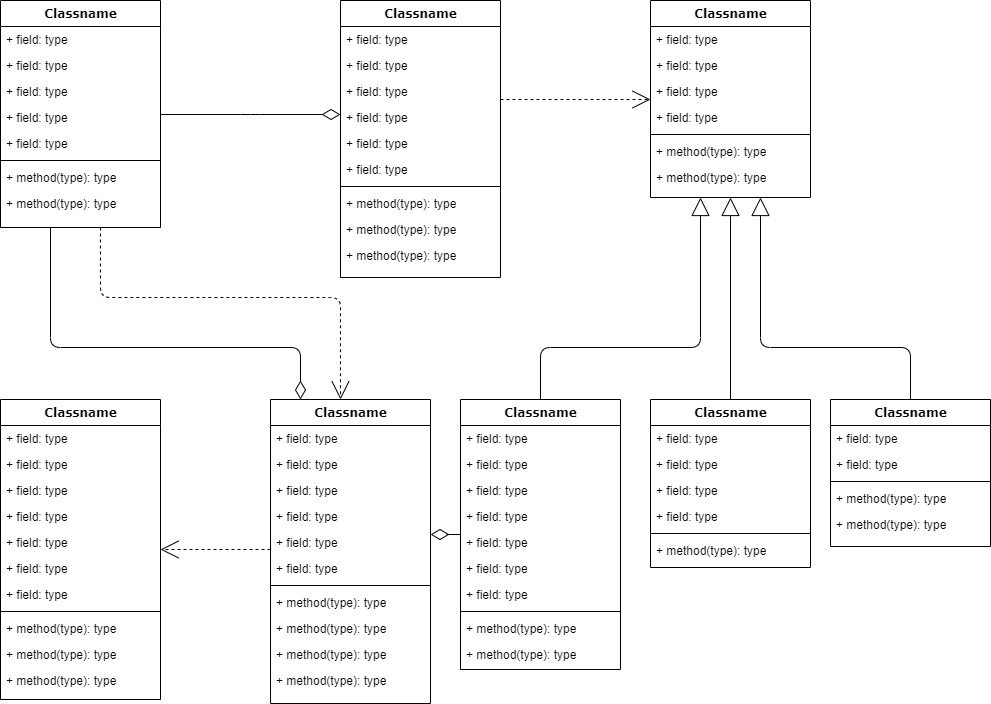
This is Document/Item/Item UML.png from newmri/Unknown, a draw.io export, as it was before one commit. Source tidied: cells renumbered, new cells last; positions are measured from the earlier drawing's top-left corner, leaving out a move shared by most shapes.
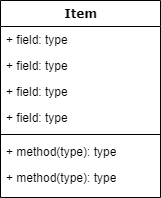
The same file after the commit.

The edit, as a diff of the source:
```diff
@@ -4,82 +4,3 @@
     <mxCell id="1" parent="0" />
-    <mxCell id="2" style="edgeStyle=orthogonalEdgeStyle;html=1;labelBackgroundColor=none;startFill=0;startSize=8;endArrow=open;endFill=0;endSize=16;fontFamily=Verdana;fontSize=12;dashed=1;" parent="1" edge="1" source="4" target="47">
-      <mxGeometry relative="1" as="geometry">
-        <Array as="points">
-          <mxPoint x="100" y="297" />
-          <mxPoint x="340" y="297" />
-        </Array>
-      </mxGeometry>
-    </mxCell>
-    <mxCell id="3" style="edgeStyle=orthogonalEdgeStyle;html=1;labelBackgroundColor=none;startFill=0;startSize=8;endArrow=diamondThin;endFill=0;endSize=16;fontFamily=Verdana;fontSize=12;" parent="1" edge="1" source="4" target="47">
-      <mxGeometry relative="1" as="geometry">
-        <Array as="points">
-          <mxPoint x="50" y="347" />
-          <mxPoint x="300" y="347" />
-        </Array>
-      </mxGeometry>
-    </mxCell>
-    <mxCell id="4" value="Classname" style="swimlane;html=1;fontStyle=1;align=center;verticalAlign=top;horizontal=1;startSize=26;swimlaneFillColor=#ffffff;rounded=0;shadow=0;comic=0;labelBackgroundColor=none;strokeWidth=1;fillColor=none;fontFamily=Verdana;fontSize=12;" parent="1" vertex="1">
-      <mxGeometry width="160" height="227" as="geometry" />
-    </mxCell>
-    <mxCell id="5" value="+ field: type" style="text;html=1;strokeColor=none;fillColor=none;align=left;verticalAlign=top;spacingLeft=4;spacingRight=4;whiteSpace=wrap;overflow=hidden;" parent="4" vertex="1">
-      <mxGeometry y="26" width="160" height="26" as="geometry" />
-    </mxCell>
-    <mxCell id="6" value="+ field: type" style="text;html=1;strokeColor=none;fillColor=none;align=left;verticalAlign=top;spacingLeft=4;spacingRight=4;whiteSpace=wrap;overflow=hidden;" parent="4" vertex="1">
-      <mxGeometry y="52" width="160" height="26" as="geometry" />
-    </mxCell>
-    <mxCell id="7" value="+ field: type" style="text;html=1;strokeColor=none;fillColor=none;align=left;verticalAlign=top;spacingLeft=4;spacingRight=4;whiteSpace=wrap;overflow=hidden;" parent="4" vertex="1">
-      <mxGeometry y="78" width="160" height="26" as="geometry" />
-    </mxCell>
-    <mxCell id="8" value="+ field: type" style="text;html=1;strokeColor=none;fillColor=none;align=left;verticalAlign=top;spacingLeft=4;spacingRight=4;whiteSpace=wrap;overflow=hidden;" parent="4" vertex="1">
-      <mxGeometry y="104" width="160" height="26" as="geometry" />
-    </mxCell>
-    <mxCell id="9" value="+ field: type" style="text;html=1;strokeColor=none;fillColor=none;align=left;verticalAlign=top;spacingLeft=4;spacingRight=4;whiteSpace=wrap;overflow=hidden;" parent="4" vertex="1">
-      <mxGeometry y="130" width="160" height="26" as="geometry" />
-    </mxCell>
-    <mxCell id="10" style="line;html=1;strokeWidth=1;fillColor=none;align=left;verticalAlign=middle;spacingTop=-1;spacingLeft=3;spacingRight=3;labelPosition=right;" parent="4" vertex="1">
-      <mxGeometry y="156" width="160" height="8" as="geometry" />
-    </mxCell>
-    <mxCell id="11" value="+ method(type): type" style="text;html=1;strokeColor=none;fillColor=none;align=left;verticalAlign=top;spacingLeft=4;spacingRight=4;whiteSpace=wrap;overflow=hidden;" parent="4" vertex="1">
-      <mxGeometry y="164" width="160" height="26" as="geometry" />
-    </mxCell>
-    <mxCell id="12" value="+ method(type): type" style="text;html=1;strokeColor=none;fillColor=none;align=left;verticalAlign=top;spacingLeft=4;spacingRight=4;whiteSpace=wrap;overflow=hidden;" parent="4" vertex="1">
-      <mxGeometry y="190" width="160" height="26" as="geometry" />
-    </mxCell>
-    <mxCell id="13" style="edgeStyle=elbowEdgeStyle;html=1;labelBackgroundColor=none;startFill=0;startSize=8;endArrow=open;endFill=0;endSize=16;fontFamily=Verdana;fontSize=12;elbow=vertical;dashed=1;" parent="1" edge="1" source="14" target="25">
-      <mxGeometry relative="1" as="geometry" />
-    </mxCell>
-    <mxCell id="14" value="Classname" style="swimlane;html=1;fontStyle=1;align=center;verticalAlign=top;horizontal=1;startSize=26;swimlaneFillColor=#ffffff;rounded=0;shadow=0;comic=0;labelBackgroundColor=none;strokeWidth=1;fillColor=none;fontFamily=Verdana;fontSize=12;" parent="1" vertex="1">
-      <mxGeometry x="340" width="160" height="277" as="geometry" />
-    </mxCell>
-    <mxCell id="15" value="+ field: type" style="text;html=1;strokeColor=none;fillColor=none;align=left;verticalAlign=top;spacingLeft=4;spacingRight=4;whiteSpace=wrap;overflow=hidden;" parent="14" vertex="1">
-      <mxGeometry y="26" width="160" height="26" as="geometry" />
-    </mxCell>
-    <mxCell id="16" value="+ field: type" style="text;html=1;strokeColor=none;fillColor=none;align=left;verticalAlign=top;spacingLeft=4;spacingRight=4;whiteSpace=wrap;overflow=hidden;" parent="14" vertex="1">
-      <mxGeometry y="52" width="160" height="26" as="geometry" />
-    </mxCell>
-    <mxCell id="17" value="+ field: type" style="text;html=1;strokeColor=none;fillColor=none;align=left;verticalAlign=top;spacingLeft=4;spacingRight=4;whiteSpace=wrap;overflow=hidden;" parent="14" vertex="1">
-      <mxGeometry y="78" width="160" height="26" as="geometry" />
-    </mxCell>
-    <mxCell id="18" value="+ field: type" style="text;html=1;strokeColor=none;fillColor=none;align=left;verticalAlign=top;spacingLeft=4;spacingRight=4;whiteSpace=wrap;overflow=hidden;" parent="14" vertex="1">
-      <mxGeometry y="104" width="160" height="26" as="geometry" />
-    </mxCell>
-    <mxCell id="19" value="+ field: type" style="text;html=1;strokeColor=none;fillColor=none;align=left;verticalAlign=top;spacingLeft=4;spacingRight=4;whiteSpace=wrap;overflow=hidden;" parent="14" vertex="1">
-      <mxGeometry y="130" width="160" height="26" as="geometry" />
-    </mxCell>
-    <mxCell id="20" value="+ field: type" style="text;html=1;strokeColor=none;fillColor=none;align=left;verticalAlign=top;spacingLeft=4;spacingRight=4;whiteSpace=wrap;overflow=hidden;" parent="14" vertex="1">
-      <mxGeometry y="156" width="160" height="26" as="geometry" />
-    </mxCell>
-    <mxCell id="21" style="line;html=1;strokeWidth=1;fillColor=none;align=left;verticalAlign=middle;spacingTop=-1;spacingLeft=3;spacingRight=3;labelPosition=right;" parent="14" vertex="1">
-      <mxGeometry y="182" width="160" height="8" as="geometry" />
-    </mxCell>
-    <mxCell id="22" value="+ method(type): type" style="text;html=1;strokeColor=none;fillColor=none;align=left;verticalAlign=top;spacingLeft=4;spacingRight=4;whiteSpace=wrap;overflow=hidden;" parent="14" vertex="1">
-      <mxGeometry y="190" width="160" height="26" as="geometry" />
-    </mxCell>
-    <mxCell id="23" value="+ method(type): type" style="text;html=1;strokeColor=none;fillColor=none;align=left;verticalAlign=top;spacingLeft=4;spacingRight=4;whiteSpace=wrap;overflow=hidden;" parent="14" vertex="1">
-      <mxGeometry y="216" width="160" height="26" as="geometry" />
-    </mxCell>
-    <mxCell id="24" value="+ method(type): type" style="text;html=1;strokeColor=none;fillColor=none;align=left;verticalAlign=top;spacingLeft=4;spacingRight=4;whiteSpace=wrap;overflow=hidden;" parent="14" vertex="1">
-      <mxGeometry y="242" width="160" height="26" as="geometry" />
-    </mxCell>
-    <mxCell id="25" value="Classname" style="swimlane;html=1;fontStyle=1;align=center;verticalAlign=top;horizontal=1;startSize=26;swimlaneFillColor=#ffffff;rounded=0;shadow=0;comic=0;labelBackgroundColor=none;strokeWidth=1;fillColor=none;fontFamily=Verdana;fontSize=12;" parent="1" vertex="1">
+    <mxCell id="25" value="Item" style="swimlane;html=1;fontStyle=1;align=center;verticalAlign=top;horizontal=1;startSize=26;swimlaneFillColor=#ffffff;rounded=0;shadow=0;comic=0;labelBackgroundColor=none;strokeWidth=1;fillColor=none;fontFamily=Verdana;fontSize=12;" parent="1" vertex="1">
       <mxGeometry x="650" width="160" height="197" as="geometry" />
@@ -107,174 +28,2 @@
     </mxCell>
-    <mxCell id="33" style="edgeStyle=elbowEdgeStyle;html=1;labelBackgroundColor=none;startFill=0;startSize=8;endArrow=open;endFill=0;endSize=16;fontFamily=Verdana;fontSize=12;elbow=vertical;dashed=1;" parent="1" edge="1" source="47" target="34">
-      <mxGeometry relative="1" as="geometry" />
-    </mxCell>
-    <mxCell id="34" value="Classname" style="swimlane;html=1;fontStyle=1;align=center;verticalAlign=top;horizontal=1;startSize=26;swimlaneFillColor=#ffffff;rounded=0;shadow=0;comic=0;labelBackgroundColor=none;strokeWidth=1;fillColor=none;fontFamily=Verdana;fontSize=12;" parent="1" vertex="1">
-      <mxGeometry y="399" width="160" height="300" as="geometry" />
-    </mxCell>
-    <mxCell id="35" value="+ field: type" style="text;html=1;strokeColor=none;fillColor=none;align=left;verticalAlign=top;spacingLeft=4;spacingRight=4;whiteSpace=wrap;overflow=hidden;" parent="34" vertex="1">
-      <mxGeometry y="26" width="160" height="26" as="geometry" />
-    </mxCell>
-    <mxCell id="36" value="+ field: type" style="text;html=1;strokeColor=none;fillColor=none;align=left;verticalAlign=top;spacingLeft=4;spacingRight=4;whiteSpace=wrap;overflow=hidden;" parent="34" vertex="1">
-      <mxGeometry y="52" width="160" height="26" as="geometry" />
-    </mxCell>
-    <mxCell id="37" value="+ field: type" style="text;html=1;strokeColor=none;fillColor=none;align=left;verticalAlign=top;spacingLeft=4;spacingRight=4;whiteSpace=wrap;overflow=hidden;" parent="34" vertex="1">
-      <mxGeometry y="78" width="160" height="26" as="geometry" />
-    </mxCell>
-    <mxCell id="38" value="+ field: type" style="text;html=1;strokeColor=none;fillColor=none;align=left;verticalAlign=top;spacingLeft=4;spacingRight=4;whiteSpace=wrap;overflow=hidden;" parent="34" vertex="1">
-      <mxGeometry y="104" width="160" height="26" as="geometry" />
-    </mxCell>
-    <mxCell id="39" value="+ field: type" style="text;html=1;strokeColor=none;fillColor=none;align=left;verticalAlign=top;spacingLeft=4;spacingRight=4;whiteSpace=wrap;overflow=hidden;" parent="34" vertex="1">
-      <mxGeometry y="130" width="160" height="26" as="geometry" />
-    </mxCell>
-    <mxCell id="40" value="+ field: type" style="text;html=1;strokeColor=none;fillColor=none;align=left;verticalAlign=top;spacingLeft=4;spacingRight=4;whiteSpace=wrap;overflow=hidden;" parent="34" vertex="1">
-      <mxGeometry y="156" width="160" height="26" as="geometry" />
-    </mxCell>
-    <mxCell id="41" value="+ field: type" style="text;html=1;strokeColor=none;fillColor=none;align=left;verticalAlign=top;spacingLeft=4;spacingRight=4;whiteSpace=wrap;overflow=hidden;" parent="34" vertex="1">
-      <mxGeometry y="182" width="160" height="26" as="geometry" />
-    </mxCell>
-    <mxCell id="42" style="line;html=1;strokeWidth=1;fillColor=none;align=left;verticalAlign=middle;spacingTop=-1;spacingLeft=3;spacingRight=3;labelPosition=right;" parent="34" vertex="1">
-      <mxGeometry y="208" width="160" height="8" as="geometry" />
-    </mxCell>
-    <mxCell id="43" value="+ method(type): type" style="text;html=1;strokeColor=none;fillColor=none;align=left;verticalAlign=top;spacingLeft=4;spacingRight=4;whiteSpace=wrap;overflow=hidden;" parent="34" vertex="1">
-      <mxGeometry y="216" width="160" height="26" as="geometry" />
-    </mxCell>
-    <mxCell id="44" value="+ method(type): type" style="text;html=1;strokeColor=none;fillColor=none;align=left;verticalAlign=top;spacingLeft=4;spacingRight=4;whiteSpace=wrap;overflow=hidden;" parent="34" vertex="1">
-      <mxGeometry y="242" width="160" height="26" as="geometry" />
-    </mxCell>
-    <mxCell id="45" value="+ method(type): type" style="text;html=1;strokeColor=none;fillColor=none;align=left;verticalAlign=top;spacingLeft=4;spacingRight=4;whiteSpace=wrap;overflow=hidden;" parent="34" vertex="1">
-      <mxGeometry y="268" width="160" height="26" as="geometry" />
-    </mxCell>
-    <mxCell id="46" style="edgeStyle=elbowEdgeStyle;html=1;labelBackgroundColor=none;startFill=0;startSize=8;endArrow=diamondThin;endFill=0;endSize=16;fontFamily=Verdana;fontSize=12;elbow=vertical;" parent="1" edge="1" source="60" target="47">
-      <mxGeometry relative="1" as="geometry" />
-    </mxCell>
-    <mxCell id="47" value="Classname" style="swimlane;html=1;fontStyle=1;align=center;verticalAlign=top;horizontal=1;startSize=26;swimlaneFillColor=#ffffff;rounded=0;shadow=0;comic=0;labelBackgroundColor=none;strokeWidth=1;fillColor=none;fontFamily=Verdana;fontSize=12;" parent="1" vertex="1">
-      <mxGeometry x="270" y="399" width="160" height="304" as="geometry" />
-    </mxCell>
-    <mxCell id="48" value="+ field: type" style="text;html=1;strokeColor=none;fillColor=none;align=left;verticalAlign=top;spacingLeft=4;spacingRight=4;whiteSpace=wrap;overflow=hidden;" parent="47" vertex="1">
-      <mxGeometry y="26" width="160" height="26" as="geometry" />
-    </mxCell>
-    <mxCell id="49" value="+ field: type" style="text;html=1;strokeColor=none;fillColor=none;align=left;verticalAlign=top;spacingLeft=4;spacingRight=4;whiteSpace=wrap;overflow=hidden;" parent="47" vertex="1">
-      <mxGeometry y="52" width="160" height="26" as="geometry" />
-    </mxCell>
-    <mxCell id="50" value="+ field: type" style="text;html=1;strokeColor=none;fillColor=none;align=left;verticalAlign=top;spacingLeft=4;spacingRight=4;whiteSpace=wrap;overflow=hidden;" parent="47" vertex="1">
-      <mxGeometry y="78" width="160" height="26" as="geometry" />
-    </mxCell>
-    <mxCell id="51" value="+ field: type" style="text;html=1;strokeColor=none;fillColor=none;align=left;verticalAlign=top;spacingLeft=4;spacingRight=4;whiteSpace=wrap;overflow=hidden;" parent="47" vertex="1">
-      <mxGeometry y="104" width="160" height="26" as="geometry" />
-    </mxCell>
-    <mxCell id="52" value="+ field: type" style="text;html=1;strokeColor=none;fillColor=none;align=left;verticalAlign=top;spacingLeft=4;spacingRight=4;whiteSpace=wrap;overflow=hidden;" parent="47" vertex="1">
-      <mxGeometry y="130" width="160" height="26" as="geometry" />
-    </mxCell>
-    <mxCell id="53" value="+ field: type" style="text;html=1;strokeColor=none;fillColor=none;align=left;verticalAlign=top;spacingLeft=4;spacingRight=4;whiteSpace=wrap;overflow=hidden;" parent="47" vertex="1">
-      <mxGeometry y="156" width="160" height="26" as="geometry" />
-    </mxCell>
-    <mxCell id="54" style="line;html=1;strokeWidth=1;fillColor=none;align=left;verticalAlign=middle;spacingTop=-1;spacingLeft=3;spacingRight=3;labelPosition=right;" parent="47" vertex="1">
-      <mxGeometry y="182" width="160" height="8" as="geometry" />
-    </mxCell>
-    <mxCell id="55" value="+ method(type): type" style="text;html=1;strokeColor=none;fillColor=none;align=left;verticalAlign=top;spacingLeft=4;spacingRight=4;whiteSpace=wrap;overflow=hidden;" parent="47" vertex="1">
-      <mxGeometry y="190" width="160" height="26" as="geometry" />
-    </mxCell>
-    <mxCell id="56" value="+ method(type): type" style="text;html=1;strokeColor=none;fillColor=none;align=left;verticalAlign=top;spacingLeft=4;spacingRight=4;whiteSpace=wrap;overflow=hidden;" parent="47" vertex="1">
-      <mxGeometry y="216" width="160" height="26" as="geometry" />
-    </mxCell>
-    <mxCell id="57" value="+ method(type): type" style="text;html=1;strokeColor=none;fillColor=none;align=left;verticalAlign=top;spacingLeft=4;spacingRight=4;whiteSpace=wrap;overflow=hidden;" parent="47" vertex="1">
-      <mxGeometry y="242" width="160" height="26" as="geometry" />
-    </mxCell>
-    <mxCell id="58" value="+ method(type): type" style="text;html=1;strokeColor=none;fillColor=none;align=left;verticalAlign=top;spacingLeft=4;spacingRight=4;whiteSpace=wrap;overflow=hidden;" parent="47" vertex="1">
-      <mxGeometry y="268" width="160" height="26" as="geometry" />
-    </mxCell>
-    <mxCell id="59" style="edgeStyle=orthogonalEdgeStyle;html=1;labelBackgroundColor=none;startFill=0;startSize=8;endArrow=block;endFill=0;endSize=16;fontFamily=Verdana;fontSize=12;" parent="1" edge="1" source="60" target="25">
-      <mxGeometry relative="1" as="geometry">
-        <Array as="points">
-          <mxPoint x="540" y="347" />
-          <mxPoint x="700" y="347" />
-        </Array>
-      </mxGeometry>
-    </mxCell>
-    <mxCell id="60" value="Classname" style="swimlane;html=1;fontStyle=1;align=center;verticalAlign=top;horizontal=1;startSize=26;swimlaneFillColor=#ffffff;rounded=0;shadow=0;comic=0;labelBackgroundColor=none;strokeWidth=1;fillColor=none;fontFamily=Verdana;fontSize=12;" parent="1" vertex="1">
-      <mxGeometry x="460" y="399" width="160" height="270" as="geometry" />
-    </mxCell>
-    <mxCell id="61" value="+ field: type" style="text;html=1;strokeColor=none;fillColor=none;align=left;verticalAlign=top;spacingLeft=4;spacingRight=4;whiteSpace=wrap;overflow=hidden;" parent="60" vertex="1">
-      <mxGeometry y="26" width="160" height="26" as="geometry" />
-    </mxCell>
-    <mxCell id="62" value="+ field: type" style="text;html=1;strokeColor=none;fillColor=none;align=left;verticalAlign=top;spacingLeft=4;spacingRight=4;whiteSpace=wrap;overflow=hidden;" parent="60" vertex="1">
-      <mxGeometry y="52" width="160" height="26" as="geometry" />
-    </mxCell>
-    <mxCell id="63" value="+ field: type" style="text;html=1;strokeColor=none;fillColor=none;align=left;verticalAlign=top;spacingLeft=4;spacingRight=4;whiteSpace=wrap;overflow=hidden;" parent="60" vertex="1">
-      <mxGeometry y="78" width="160" height="26" as="geometry" />
-    </mxCell>
-    <mxCell id="64" value="+ field: type" style="text;html=1;strokeColor=none;fillColor=none;align=left;verticalAlign=top;spacingLeft=4;spacingRight=4;whiteSpace=wrap;overflow=hidden;" parent="60" vertex="1">
-      <mxGeometry y="104" width="160" height="26" as="geometry" />
-    </mxCell>
-    <mxCell id="65" value="+ field: type" style="text;html=1;strokeColor=none;fillColor=none;align=left;verticalAlign=top;spacingLeft=4;spacingRight=4;whiteSpace=wrap;overflow=hidden;" parent="60" vertex="1">
-      <mxGeometry y="130" width="160" height="26" as="geometry" />
-    </mxCell>
-    <mxCell id="66" value="+ field: type" style="text;html=1;strokeColor=none;fillColor=none;align=left;verticalAlign=top;spacingLeft=4;spacingRight=4;whiteSpace=wrap;overflow=hidden;" parent="60" vertex="1">
-      <mxGeometry y="156" width="160" height="26" as="geometry" />
-    </mxCell>
-    <mxCell id="67" value="+ field: type" style="text;html=1;strokeColor=none;fillColor=none;align=left;verticalAlign=top;spacingLeft=4;spacingRight=4;whiteSpace=wrap;overflow=hidden;" parent="60" vertex="1">
-      <mxGeometry y="182" width="160" height="26" as="geometry" />
-    </mxCell>
-    <mxCell id="68" style="line;html=1;strokeWidth=1;fillColor=none;align=left;verticalAlign=middle;spacingTop=-1;spacingLeft=3;spacingRight=3;labelPosition=right;" parent="60" vertex="1">
-      <mxGeometry y="208" width="160" height="8" as="geometry" />
-    </mxCell>
-    <mxCell id="69" value="+ method(type): type" style="text;html=1;strokeColor=none;fillColor=none;align=left;verticalAlign=top;spacingLeft=4;spacingRight=4;whiteSpace=wrap;overflow=hidden;" parent="60" vertex="1">
-      <mxGeometry y="216" width="160" height="26" as="geometry" />
-    </mxCell>
-    <mxCell id="70" value="+ method(type): type" style="text;html=1;strokeColor=none;fillColor=none;align=left;verticalAlign=top;spacingLeft=4;spacingRight=4;whiteSpace=wrap;overflow=hidden;" parent="60" vertex="1">
-      <mxGeometry y="242" width="160" height="26" as="geometry" />
-    </mxCell>
-    <mxCell id="71" style="edgeStyle=orthogonalEdgeStyle;html=1;labelBackgroundColor=none;startFill=0;startSize=8;endArrow=block;endFill=0;endSize=16;fontFamily=Verdana;fontSize=12;" parent="1" edge="1" source="72" target="25">
-      <mxGeometry relative="1" as="geometry" />
-    </mxCell>
-    <mxCell id="72" value="Classname" style="swimlane;html=1;fontStyle=1;align=center;verticalAlign=top;horizontal=1;startSize=26;swimlaneFillColor=#ffffff;rounded=0;shadow=0;comic=0;labelBackgroundColor=none;strokeWidth=1;fillColor=none;fontFamily=Verdana;fontSize=12;" parent="1" vertex="1">
-      <mxGeometry x="650" y="399" width="160" height="168" as="geometry" />
-    </mxCell>
-    <mxCell id="73" value="+ field: type" style="text;html=1;strokeColor=none;fillColor=none;align=left;verticalAlign=top;spacingLeft=4;spacingRight=4;whiteSpace=wrap;overflow=hidden;" parent="72" vertex="1">
-      <mxGeometry y="26" width="160" height="26" as="geometry" />
-    </mxCell>
-    <mxCell id="74" value="+ field: type" style="text;html=1;strokeColor=none;fillColor=none;align=left;verticalAlign=top;spacingLeft=4;spacingRight=4;whiteSpace=wrap;overflow=hidden;" parent="72" vertex="1">
-      <mxGeometry y="52" width="160" height="26" as="geometry" />
-    </mxCell>
-    <mxCell id="75" value="+ field: type" style="text;html=1;strokeColor=none;fillColor=none;align=left;verticalAlign=top;spacingLeft=4;spacingRight=4;whiteSpace=wrap;overflow=hidden;" parent="72" vertex="1">
-      <mxGeometry y="78" width="160" height="26" as="geometry" />
-    </mxCell>
-    <mxCell id="76" value="+ field: type" style="text;html=1;strokeColor=none;fillColor=none;align=left;verticalAlign=top;spacingLeft=4;spacingRight=4;whiteSpace=wrap;overflow=hidden;" parent="72" vertex="1">
-      <mxGeometry y="104" width="160" height="26" as="geometry" />
-    </mxCell>
-    <mxCell id="77" style="line;html=1;strokeWidth=1;fillColor=none;align=left;verticalAlign=middle;spacingTop=-1;spacingLeft=3;spacingRight=3;labelPosition=right;" parent="72" vertex="1">
-      <mxGeometry y="130" width="160" height="8" as="geometry" />
-    </mxCell>
-    <mxCell id="78" value="+ method(type): type" style="text;html=1;strokeColor=none;fillColor=none;align=left;verticalAlign=top;spacingLeft=4;spacingRight=4;whiteSpace=wrap;overflow=hidden;" parent="72" vertex="1">
-      <mxGeometry y="138" width="160" height="26" as="geometry" />
-    </mxCell>
-    <mxCell id="79" style="edgeStyle=orthogonalEdgeStyle;html=1;labelBackgroundColor=none;startFill=0;startSize=8;endArrow=block;endFill=0;endSize=16;fontFamily=Verdana;fontSize=12;" parent="1" edge="1" source="80" target="25">
-      <mxGeometry relative="1" as="geometry">
-        <Array as="points">
-          <mxPoint x="910" y="347" />
-          <mxPoint x="760" y="347" />
-        </Array>
-      </mxGeometry>
-    </mxCell>
-    <mxCell id="80" value="Classname" style="swimlane;html=1;fontStyle=1;align=center;verticalAlign=top;horizontal=1;startSize=26;swimlaneFillColor=#ffffff;rounded=0;shadow=0;comic=0;labelBackgroundColor=none;strokeWidth=1;fillColor=none;fontFamily=Verdana;fontSize=12;" parent="1" vertex="1">
-      <mxGeometry x="830" y="399" width="160" height="147" as="geometry" />
-    </mxCell>
-    <mxCell id="81" value="+ field: type" style="text;html=1;strokeColor=none;fillColor=none;align=left;verticalAlign=top;spacingLeft=4;spacingRight=4;whiteSpace=wrap;overflow=hidden;" parent="80" vertex="1">
-      <mxGeometry y="26" width="160" height="26" as="geometry" />
-    </mxCell>
-    <mxCell id="82" value="+ field: type" style="text;html=1;strokeColor=none;fillColor=none;align=left;verticalAlign=top;spacingLeft=4;spacingRight=4;whiteSpace=wrap;overflow=hidden;" parent="80" vertex="1">
-      <mxGeometry y="52" width="160" height="26" as="geometry" />
-    </mxCell>
-    <mxCell id="83" style="line;html=1;strokeWidth=1;fillColor=none;align=left;verticalAlign=middle;spacingTop=-1;spacingLeft=3;spacingRight=3;labelPosition=right;" parent="80" vertex="1">
-      <mxGeometry y="78" width="160" height="8" as="geometry" />
-    </mxCell>
-    <mxCell id="84" value="+ method(type): type" style="text;html=1;strokeColor=none;fillColor=none;align=left;verticalAlign=top;spacingLeft=4;spacingRight=4;whiteSpace=wrap;overflow=hidden;" parent="80" vertex="1">
-      <mxGeometry y="86" width="160" height="26" as="geometry" />
-    </mxCell>
-    <mxCell id="85" value="+ method(type): type" style="text;html=1;strokeColor=none;fillColor=none;align=left;verticalAlign=top;spacingLeft=4;spacingRight=4;whiteSpace=wrap;overflow=hidden;" parent="80" vertex="1">
-      <mxGeometry y="112" width="160" height="26" as="geometry" />
-    </mxCell>
-    <mxCell id="86" style="edgeStyle=elbowEdgeStyle;html=1;labelBackgroundColor=none;startFill=0;startSize=8;endArrow=diamondThin;endFill=0;endSize=16;fontFamily=Verdana;fontSize=12;elbow=vertical;" parent="1" edge="1" source="4" target="14">
-      <mxGeometry relative="1" as="geometry" />
-    </mxCell>
   </root>
```
